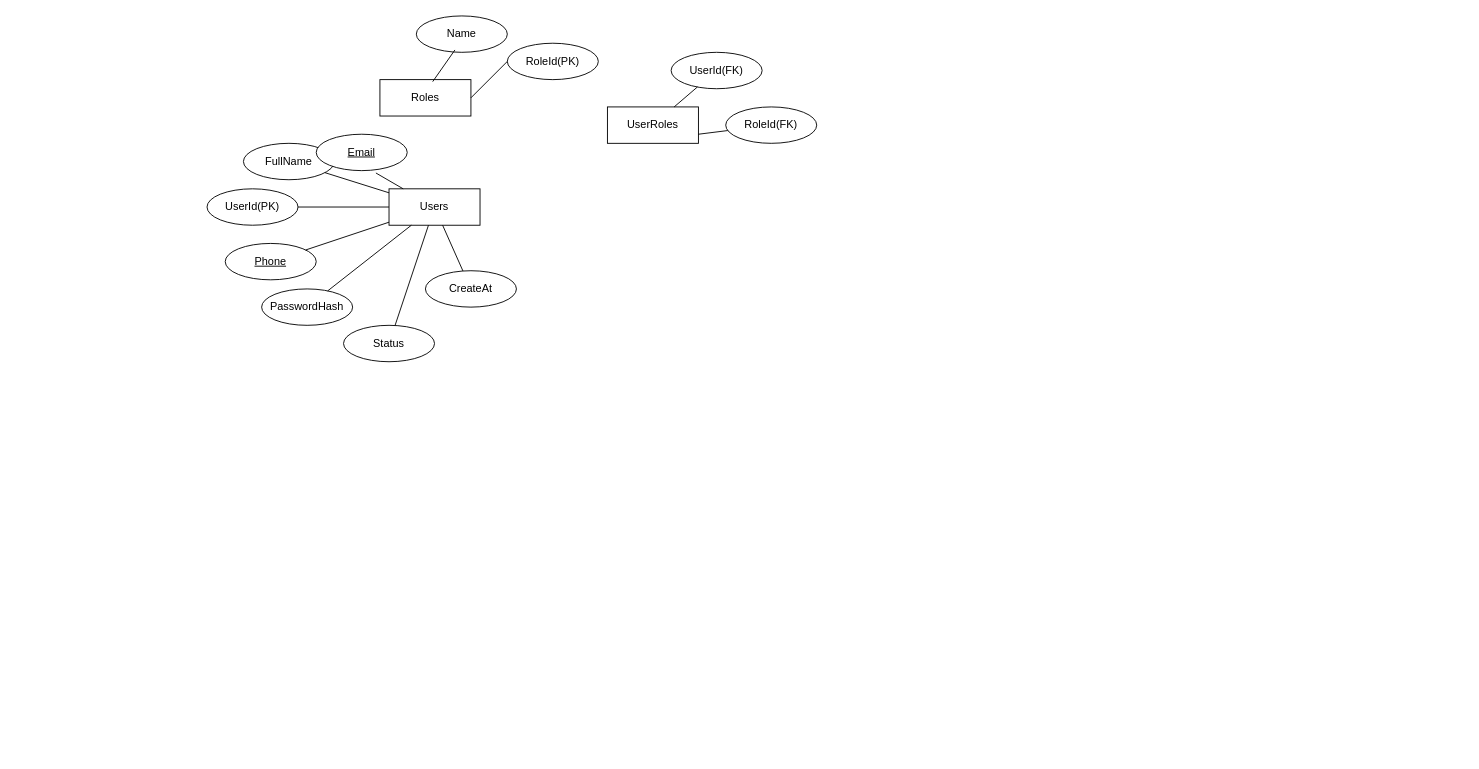
NutanAhir688/ShreeAnna keeps this draw.io diagram as ER Diagram.drawio. Above is the earlier version. Source tidied: cells renumbered, new cells numbered last; positions are measured from the earlier drawing's top-left corner, leaving out a move shared by most shapes. Both pictures are drawn from the tidied source at 91%, with x=0, y=0 at pixel (207, 15).
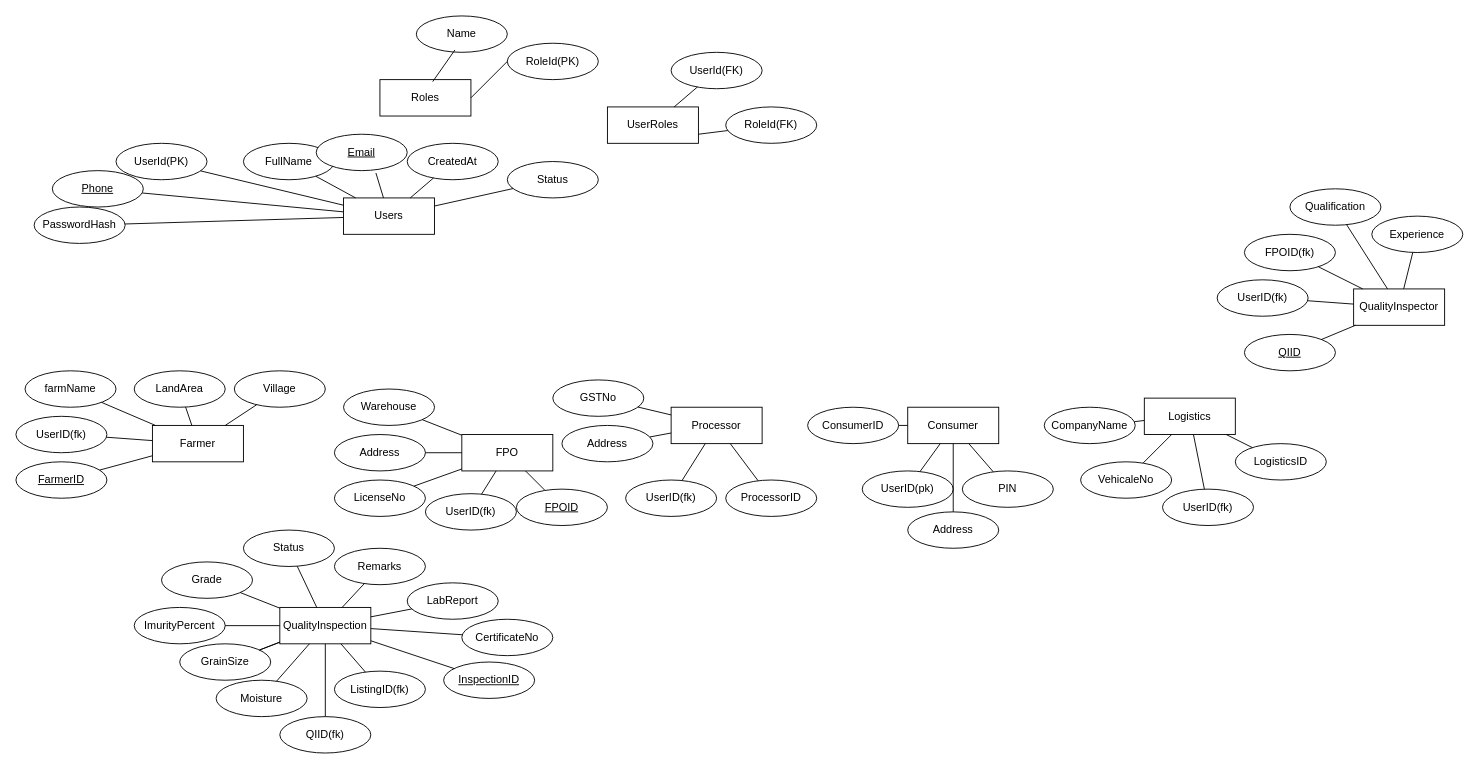
Above is the later version.

The edit, as a diff of the source:
```diff
@@
     <mxCell id="12" value="Users" style="whiteSpace=wrap;html=1;align=center;" parent="1" vertex="1">
-      <mxGeometry x="200" y="190" width="100" height="40" as="geometry" />
+      <mxGeometry x="150" y="200" width="100" height="40" as="geometry" />
     </mxCell>
     <mxCell id="13" value="PasswordHash" style="ellipse;whiteSpace=wrap;html=1;align=center;" parent="1" vertex="1">
-      <mxGeometry x="60" y="300" width="100" height="40" as="geometry" />
+      <mxGeometry x="-190" y="210" width="100" height="40" as="geometry" />
     </mxCell>
-    <mxCell id="14" value="CreateAt" style="ellipse;whiteSpace=wrap;html=1;align=center;" parent="1" vertex="1">
-      <mxGeometry x="240" y="280" width="100" height="40" as="geometry" />
+    <mxCell id="14" value="CreatedAt" style="ellipse;whiteSpace=wrap;html=1;align=center;" parent="1" vertex="1">
+      <mxGeometry x="220" y="140" width="100" height="40" as="geometry" />
     </mxCell>
     <mxCell id="15" value="Status" style="ellipse;whiteSpace=wrap;html=1;align=center;" parent="1" vertex="1">
-      <mxGeometry x="150" y="340" width="100" height="40" as="geometry" />
+      <mxGeometry x="330" y="160" width="100" height="40" as="geometry" />
     </mxCell>
@@
     <mxCell id="17" value="UserId(PK)" style="ellipse;whiteSpace=wrap;html=1;align=center;" parent="1" vertex="1">
-      <mxGeometry y="190" width="100" height="40" as="geometry" />
+      <mxGeometry x="-100" y="140" width="100" height="40" as="geometry" />
     </mxCell>
     <mxCell id="18" value="Phone" style="ellipse;whiteSpace=wrap;html=1;align=center;fontStyle=4;" parent="1" vertex="1">
-      <mxGeometry x="20" y="250" width="100" height="40" as="geometry" />
+      <mxGeometry x="-170" y="170" width="100" height="40" as="geometry" />
     </mxCell>
@@
+    <mxCell id="27" value="Farmer" style="whiteSpace=wrap;html=1;align=center;" parent="1" vertex="1">
+      <mxGeometry x="-60" y="450" width="100" height="40" as="geometry" />
+    </mxCell>
+    <mxCell id="28" value="UserID(fk)" style="ellipse;whiteSpace=wrap;html=1;align=center;" parent="1" vertex="1">
+      <mxGeometry x="-210" y="440" width="100" height="40" as="geometry" />
+    </mxCell>
+    <mxCell id="29" value="Village" style="ellipse;whiteSpace=wrap;html=1;align=center;" parent="1" vertex="1">
+      <mxGeometry x="30" y="390" width="100" height="40" as="geometry" />
+    </mxCell>
+    <mxCell id="30" value="LandArea" style="ellipse;whiteSpace=wrap;html=1;align=center;" parent="1" vertex="1">
+      <mxGeometry x="-80" y="390" width="100" height="40" as="geometry" />
+    </mxCell>
+    <mxCell id="31" value="farmName" style="ellipse;whiteSpace=wrap;html=1;align=center;" parent="1" vertex="1">
+      <mxGeometry x="-200" y="390" width="100" height="40" as="geometry" />
+    </mxCell>
+    <mxCell id="32" style="endArrow=none;html=1;rounded=0;" parent="1" edge="1" source="28" target="27">
+      <mxGeometry relative="1" as="geometry" />
+    </mxCell>
+    <mxCell id="33" style="endArrow=none;html=1;rounded=0;" parent="1" edge="1" source="31" target="27">
+      <mxGeometry relative="1" as="geometry" />
+    </mxCell>
+    <mxCell id="34" style="endArrow=none;html=1;rounded=0;" parent="1" edge="1" source="30" target="27">
+      <mxGeometry relative="1" as="geometry" />
+    </mxCell>
+    <mxCell id="35" style="endArrow=none;html=1;rounded=0;" parent="1" edge="1" source="29" target="27">
+      <mxGeometry relative="1" as="geometry" />
+    </mxCell>
+    <mxCell id="36" value="FarmerID" style="ellipse;whiteSpace=wrap;html=1;align=center;fontStyle=4;" parent="1" vertex="1">
+      <mxGeometry x="-210" y="490" width="100" height="40" as="geometry" />
+    </mxCell>
+    <mxCell id="37" style="endArrow=none;html=1;rounded=0;" parent="1" edge="1" source="36" target="27">
+      <mxGeometry relative="1" as="geometry" />
+    </mxCell>
+    <mxCell id="38" value="FPO" style="whiteSpace=wrap;html=1;align=center;" parent="1" vertex="1">
+      <mxGeometry x="280" y="460" width="100" height="40" as="geometry" />
+    </mxCell>
+    <mxCell id="39" value="FPOID" style="ellipse;whiteSpace=wrap;html=1;align=center;fontStyle=4;" parent="1" vertex="1">
+      <mxGeometry x="340" y="520" width="100" height="40" as="geometry" />
+    </mxCell>
+    <mxCell id="40" value="UserID(fk)" style="ellipse;whiteSpace=wrap;html=1;align=center;" parent="1" vertex="1">
+      <mxGeometry x="240" y="525" width="100" height="40" as="geometry" />
+    </mxCell>
+    <mxCell id="41" value="Warehouse" style="ellipse;whiteSpace=wrap;html=1;align=center;" parent="1" vertex="1">
+      <mxGeometry x="150" y="410" width="100" height="40" as="geometry" />
+    </mxCell>
+    <mxCell id="42" value="LicenseNo" style="ellipse;whiteSpace=wrap;html=1;align=center;" parent="1" vertex="1">
+      <mxGeometry x="140" y="510" width="100" height="40" as="geometry" />
+    </mxCell>
+    <mxCell id="43" value="Address" style="ellipse;whiteSpace=wrap;html=1;align=center;" parent="1" vertex="1">
+      <mxGeometry x="140" y="460" width="100" height="40" as="geometry" />
+    </mxCell>
+    <mxCell id="44" style="endArrow=none;html=1;rounded=0;" parent="1" edge="1" source="41" target="38">
+      <mxGeometry relative="1" as="geometry" />
+    </mxCell>
+    <mxCell id="45" style="endArrow=none;html=1;rounded=0;" parent="1" edge="1" source="43" target="38">
+      <mxGeometry relative="1" as="geometry" />
+    </mxCell>
+    <mxCell id="46" style="endArrow=none;html=1;rounded=0;" parent="1" edge="1" source="42" target="38">
+      <mxGeometry relative="1" as="geometry" />
+    </mxCell>
+    <mxCell id="47" style="endArrow=none;html=1;rounded=0;" parent="1" edge="1" source="40" target="38">
+      <mxGeometry relative="1" as="geometry" />
+    </mxCell>
+    <mxCell id="48" style="endArrow=none;html=1;rounded=0;" parent="1" edge="1" source="38" target="39">
+      <mxGeometry relative="1" as="geometry" />
+    </mxCell>
+    <mxCell id="49" value="Processor" style="whiteSpace=wrap;html=1;align=center;" parent="1" vertex="1">
+      <mxGeometry x="510" y="430" width="100" height="40" as="geometry" />
+    </mxCell>
+    <mxCell id="50" value="Consumer" style="whiteSpace=wrap;html=1;align=center;" parent="1" vertex="1">
+      <mxGeometry x="770" y="430" width="100" height="40" as="geometry" />
+    </mxCell>
+    <mxCell id="51" value="QualityInspector" style="whiteSpace=wrap;html=1;align=center;" parent="1" vertex="1">
+      <mxGeometry x="1260" y="300" width="100" height="40" as="geometry" />
+    </mxCell>
+    <mxCell id="52" value="Logistics" style="whiteSpace=wrap;html=1;align=center;" parent="1" vertex="1">
+      <mxGeometry x="1030" y="420" width="100" height="40" as="geometry" />
+    </mxCell>
+    <mxCell id="53" value="UserID(fk)" style="ellipse;whiteSpace=wrap;html=1;align=center;" parent="1" vertex="1">
+      <mxGeometry x="460" y="510" width="100" height="40" as="geometry" />
+    </mxCell>
+    <mxCell id="54" value="Address" style="ellipse;whiteSpace=wrap;html=1;align=center;" parent="1" vertex="1">
+      <mxGeometry x="390" y="450" width="100" height="40" as="geometry" />
+    </mxCell>
+    <mxCell id="55" value="GSTNo" style="ellipse;whiteSpace=wrap;html=1;align=center;" parent="1" vertex="1">
+      <mxGeometry x="380" y="400" width="100" height="40" as="geometry" />
+    </mxCell>
+    <mxCell id="56" value="ProcessorID" style="ellipse;whiteSpace=wrap;html=1;align=center;" parent="1" vertex="1">
+      <mxGeometry x="570" y="510" width="100" height="40" as="geometry" />
+    </mxCell>
+    <mxCell id="57" style="endArrow=none;html=1;rounded=0;" parent="1" edge="1" source="55" target="49">
+      <mxGeometry relative="1" as="geometry" />
+    </mxCell>
+    <mxCell id="58" style="endArrow=none;html=1;rounded=0;" parent="1" edge="1" source="54" target="49">
+      <mxGeometry relative="1" as="geometry" />
+    </mxCell>
+    <mxCell id="59" style="endArrow=none;html=1;rounded=0;" parent="1" edge="1" source="53" target="49">
+      <mxGeometry relative="1" as="geometry" />
+    </mxCell>
+    <mxCell id="60" style="endArrow=none;html=1;rounded=0;" parent="1" edge="1" source="56" target="49">
+      <mxGeometry relative="1" as="geometry" />
+    </mxCell>
+    <mxCell id="61" value="PIN" style="ellipse;whiteSpace=wrap;html=1;align=center;" parent="1" vertex="1">
+      <mxGeometry x="830" y="500" width="100" height="40" as="geometry" />
+    </mxCell>
+    <mxCell id="62" value="Address" style="ellipse;whiteSpace=wrap;html=1;align=center;" parent="1" vertex="1">
+      <mxGeometry x="770" y="545" width="100" height="40" as="geometry" />
+    </mxCell>
+    <mxCell id="63" value="UserID(pk)" style="ellipse;whiteSpace=wrap;html=1;align=center;" parent="1" vertex="1">
+      <mxGeometry x="720" y="500" width="100" height="40" as="geometry" />
+    </mxCell>
+    <mxCell id="64" value="ConsumerID" style="ellipse;whiteSpace=wrap;html=1;align=center;" parent="1" vertex="1">
+      <mxGeometry x="660" y="430" width="100" height="40" as="geometry" />
+    </mxCell>
+    <mxCell id="65" style="endArrow=none;html=1;rounded=0;" parent="1" edge="1" source="64" target="50">
+      <mxGeometry relative="1" as="geometry" />
+    </mxCell>
+    <mxCell id="66" style="endArrow=none;html=1;rounded=0;" parent="1" edge="1" source="63" target="50">
+      <mxGeometry relative="1" as="geometry" />
+    </mxCell>
+    <mxCell id="67" style="endArrow=none;html=1;rounded=0;entryX=0.5;entryY=1;entryDx=0;entryDy=0;" parent="1" edge="1" source="62" target="50">
+      <mxGeometry relative="1" as="geometry" />
+    </mxCell>
+    <mxCell id="68" style="endArrow=none;html=1;rounded=0;" parent="1" edge="1" source="61" target="50">
+      <mxGeometry relative="1" as="geometry" />
+    </mxCell>
+    <mxCell id="69" value="LogisticsID" style="ellipse;whiteSpace=wrap;html=1;align=center;" parent="1" vertex="1">
+      <mxGeometry x="1130" y="470" width="100" height="40" as="geometry" />
+    </mxCell>
+    <mxCell id="70" value="UserID(fk)" style="ellipse;whiteSpace=wrap;html=1;align=center;" parent="1" vertex="1">
+      <mxGeometry x="1050" y="520" width="100" height="40" as="geometry" />
+    </mxCell>
+    <mxCell id="71" value="VehicaleNo" style="ellipse;whiteSpace=wrap;html=1;align=center;" parent="1" vertex="1">
+      <mxGeometry x="960" y="490" width="100" height="40" as="geometry" />
+    </mxCell>
+    <mxCell id="72" value="CompanyName" style="ellipse;whiteSpace=wrap;html=1;align=center;" parent="1" vertex="1">
+      <mxGeometry x="920" y="430" width="100" height="40" as="geometry" />
+    </mxCell>
+    <mxCell id="73" style="endArrow=none;html=1;rounded=0;" parent="1" edge="1" source="72" target="52">
+      <mxGeometry relative="1" as="geometry" />
+    </mxCell>
+    <mxCell id="74" style="endArrow=none;html=1;rounded=0;" parent="1" edge="1" source="71" target="52">
+      <mxGeometry relative="1" as="geometry" />
+    </mxCell>
+    <mxCell id="75" style="endArrow=none;html=1;rounded=0;" parent="1" edge="1" source="70" target="52">
+      <mxGeometry relative="1" as="geometry" />
+    </mxCell>
+    <mxCell id="76" style="endArrow=none;html=1;rounded=0;" parent="1" edge="1" source="69" target="52">
+      <mxGeometry relative="1" as="geometry" />
+    </mxCell>
+    <mxCell id="77" value="QIID" style="ellipse;whiteSpace=wrap;html=1;align=center;fontStyle=4;" parent="1" vertex="1">
+      <mxGeometry x="1140" y="350" width="100" height="40" as="geometry" />
+    </mxCell>
+    <mxCell id="78" value="UserID(fk)" style="ellipse;whiteSpace=wrap;html=1;align=center;" parent="1" vertex="1">
+      <mxGeometry x="1110" y="290" width="100" height="40" as="geometry" />
+    </mxCell>
+    <mxCell id="79" value="FPOID(fk)" style="ellipse;whiteSpace=wrap;html=1;align=center;" parent="1" vertex="1">
+      <mxGeometry x="1140" y="240" width="100" height="40" as="geometry" />
+    </mxCell>
+    <mxCell id="80" value="Qualification" style="ellipse;whiteSpace=wrap;html=1;align=center;" parent="1" vertex="1">
+      <mxGeometry x="1190" y="190" width="100" height="40" as="geometry" />
+    </mxCell>
+    <mxCell id="81" value="Experience" style="ellipse;whiteSpace=wrap;html=1;align=center;" parent="1" vertex="1">
+      <mxGeometry x="1280" y="220" width="100" height="40" as="geometry" />
+    </mxCell>
+    <mxCell id="82" style="endArrow=none;html=1;rounded=0;" parent="1" edge="1" source="77" target="51">
+      <mxGeometry relative="1" as="geometry" />
+    </mxCell>
+    <mxCell id="83" style="endArrow=none;html=1;rounded=0;" parent="1" edge="1" source="78" target="51">
+      <mxGeometry relative="1" as="geometry" />
+    </mxCell>
+    <mxCell id="84" style="endArrow=none;html=1;rounded=0;" parent="1" edge="1" source="79" target="51">
+      <mxGeometry relative="1" as="geometry" />
+    </mxCell>
+    <mxCell id="85" style="endArrow=none;html=1;rounded=0;" parent="1" edge="1" source="81" target="51">
+      <mxGeometry relative="1" as="geometry" />
+    </mxCell>
+    <mxCell id="86" style="endArrow=none;html=1;rounded=0;" parent="1" edge="1" source="80" target="51">
+      <mxGeometry relative="1" as="geometry" />
+    </mxCell>
+    <mxCell id="87" value="QualityInspection" style="whiteSpace=wrap;html=1;align=center;" parent="1" vertex="1">
+      <mxGeometry x="80" y="650" width="100" height="40" as="geometry" />
+    </mxCell>
+    <mxCell id="88" value="InspectionID" style="ellipse;whiteSpace=wrap;html=1;align=center;fontStyle=4;" parent="1" vertex="1">
+      <mxGeometry x="260" y="710" width="100" height="40" as="geometry" />
+    </mxCell>
+    <mxCell id="89" value="CertificateNo" style="ellipse;whiteSpace=wrap;html=1;align=center;" parent="1" vertex="1">
+      <mxGeometry x="280" y="663" width="100" height="40" as="geometry" />
+    </mxCell>
+    <mxCell id="90" value="LabReport" style="ellipse;whiteSpace=wrap;html=1;align=center;" parent="1" vertex="1">
+      <mxGeometry x="220" y="623" width="100" height="40" as="geometry" />
+    </mxCell>
+    <mxCell id="91" value="Remarks" style="ellipse;whiteSpace=wrap;html=1;align=center;" parent="1" vertex="1">
+      <mxGeometry x="140" y="585" width="100" height="40" as="geometry" />
+    </mxCell>
+    <mxCell id="92" value="Status" style="ellipse;whiteSpace=wrap;html=1;align=center;" parent="1" vertex="1">
+      <mxGeometry x="40" y="565" width="100" height="40" as="geometry" />
+    </mxCell>
+    <mxCell id="93" value="Grade" style="ellipse;whiteSpace=wrap;html=1;align=center;" parent="1" vertex="1">
+      <mxGeometry x="-50" y="600" width="100" height="40" as="geometry" />
+    </mxCell>
+    <mxCell id="94" value="ImurityPercent" style="ellipse;whiteSpace=wrap;html=1;align=center;" parent="1" vertex="1">
+      <mxGeometry x="-80" y="650" width="100" height="40" as="geometry" />
+    </mxCell>
+    <mxCell id="95" value="GrainSize" style="ellipse;whiteSpace=wrap;html=1;align=center;" parent="1" vertex="1">
+      <mxGeometry x="-30" y="690" width="100" height="40" as="geometry" />
+    </mxCell>
+    <mxCell id="96" value="Moisture" style="ellipse;whiteSpace=wrap;html=1;align=center;" parent="1" vertex="1">
+      <mxGeometry x="10" y="730" width="100" height="40" as="geometry" />
+    </mxCell>
+    <mxCell id="97" value="QIID(fk)" style="ellipse;whiteSpace=wrap;html=1;align=center;" parent="1" vertex="1">
+      <mxGeometry x="80" y="770" width="100" height="40" as="geometry" />
+    </mxCell>
+    <mxCell id="98" value="ListingID(fk)" style="ellipse;whiteSpace=wrap;html=1;align=center;" parent="1" vertex="1">
+      <mxGeometry x="140" y="720" width="100" height="40" as="geometry" />
+    </mxCell>
+    <mxCell id="99" style="endArrow=none;html=1;rounded=0;" parent="1" edge="1" source="92" target="87">
+      <mxGeometry relative="1" as="geometry" />
+    </mxCell>
+    <mxCell id="100" style="endArrow=none;html=1;rounded=0;" parent="1" edge="1" source="91" target="87">
+      <mxGeometry relative="1" as="geometry" />
+    </mxCell>
+    <mxCell id="101" style="endArrow=none;html=1;rounded=0;" parent="1" edge="1" source="87" target="90">
+      <mxGeometry relative="1" as="geometry" />
+    </mxCell>
+    <mxCell id="102" style="endArrow=none;html=1;rounded=0;" parent="1" edge="1" source="89" target="87">
+      <mxGeometry relative="1" as="geometry" />
+    </mxCell>
+    <mxCell id="103" style="endArrow=none;html=1;rounded=0;" parent="1" edge="1" source="93" target="87">
+      <mxGeometry relative="1" as="geometry" />
+    </mxCell>
+    <mxCell id="104" style="endArrow=none;html=1;rounded=0;" parent="1" edge="1" source="95" target="87">
+      <mxGeometry relative="1" as="geometry" />
+    </mxCell>
+    <mxCell id="105" style="endArrow=none;html=1;rounded=0;" parent="1" edge="1" source="94" target="87">
+      <mxGeometry relative="1" as="geometry" />
+    </mxCell>
+    <mxCell id="106" style="endArrow=none;html=1;rounded=0;" parent="1" edge="1" source="95" target="87">
+      <mxGeometry relative="1" as="geometry" />
+    </mxCell>
+    <mxCell id="107" style="endArrow=none;html=1;rounded=0;" parent="1" edge="1" source="96" target="87">
+      <mxGeometry relative="1" as="geometry" />
+    </mxCell>
+    <mxCell id="108" style="endArrow=none;html=1;rounded=0;" parent="1" edge="1" source="97" target="87">
+      <mxGeometry relative="1" as="geometry" />
+    </mxCell>
+    <mxCell id="109" style="endArrow=none;html=1;rounded=0;" parent="1" edge="1" source="98" target="87">
+      <mxGeometry relative="1" as="geometry" />
+    </mxCell>
+    <mxCell id="110" style="endArrow=none;html=1;rounded=0;" parent="1" edge="1" source="87" target="88">
+      <mxGeometry relative="1" as="geometry" />
+    </mxCell>
```
